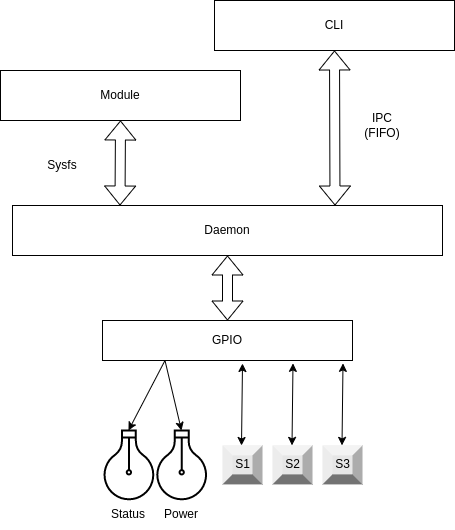
The draw.io diagram Reports/MiniProjet/imageSources/Diagramme_Fonctions.drawio.png in Mathistis/csel-workspace, before a commit. Source tidied: cells renumbered, new cells last; positions are measured from the earlier drawing's top-left corner, leaving out a move shared by most shapes. Its diagram source:
```xml
<mxGraphModel>
  <root>
    <mxCell id="0" />
    <mxCell id="1" parent="0" />
    <mxCell id="2" value="Daemon" style="rounded=0;whiteSpace=wrap;html=1;" parent="1" vertex="1">
      <mxGeometry x="12" y="205" width="430" height="50" as="geometry" />
    </mxCell>
    <mxCell id="3" value="CLI" style="rounded=0;whiteSpace=wrap;html=1;" parent="1" vertex="1">
      <mxGeometry x="214" width="240" height="50" as="geometry" />
    </mxCell>
    <mxCell id="4" value="Module" style="rounded=0;whiteSpace=wrap;html=1;" parent="1" vertex="1">
      <mxGeometry y="70" width="240" height="50" as="geometry" />
    </mxCell>
    <mxCell id="5" style="shape=flexArrow;endArrow=classic;startArrow=classic;html=1;rounded=0;entryX=0.5;entryY=1;entryDx=0;entryDy=0;exitX=0.75;exitY=0;exitDx=0;exitDy=0;" parent="1" edge="1" source="2" target="3">
      <mxGeometry relative="1" as="geometry" />
    </mxCell>
    <mxCell id="6" value="IPC (FIFO)" style="text;html=1;strokeColor=none;fillColor=none;align=center;verticalAlign=middle;whiteSpace=wrap;rounded=0;" parent="1" vertex="1">
      <mxGeometry x="352" y="110" width="60" height="30" as="geometry" />
    </mxCell>
    <mxCell id="7" style="shape=flexArrow;endArrow=classic;startArrow=classic;html=1;rounded=0;entryX=0.5;entryY=1;entryDx=0;entryDy=0;exitX=0.25;exitY=0;exitDx=0;exitDy=0;" parent="1" edge="1" source="2" target="4">
      <mxGeometry relative="1" as="geometry" />
    </mxCell>
    <mxCell id="8" value="Sysfs" style="text;html=1;strokeColor=none;fillColor=none;align=center;verticalAlign=middle;whiteSpace=wrap;rounded=0;" parent="1" vertex="1">
      <mxGeometry x="32" y="150" width="60" height="30" as="geometry" />
    </mxCell>
    <mxCell id="9" style="html=1;verticalLabelPosition=bottom;align=center;labelBackgroundColor=#ffffff;verticalAlign=top;strokeWidth=2;strokeColor=#000000;shadow=0;dashed=0;shape=mxgraph.ios7.icons.lightbulb;rotation=-180;" parent="1" vertex="1">
      <mxGeometry x="102" y="430" width="52.8" height="68.8" as="geometry" />
    </mxCell>
    <mxCell id="10" value="GPIO" style="rounded=0;whiteSpace=wrap;html=1;strokeColor=#000000;" parent="1" vertex="1">
      <mxGeometry x="102" y="320" width="250" height="40" as="geometry" />
    </mxCell>
    <mxCell id="11" style="shape=flexArrow;endArrow=classic;startArrow=classic;html=1;rounded=0;exitX=0.5;exitY=0;exitDx=0;exitDy=0;entryX=0.5;entryY=1;entryDx=0;entryDy=0;" parent="1" edge="1" source="10" target="2">
      <mxGeometry relative="1" as="geometry" />
    </mxCell>
    <mxCell id="12" style="html=1;verticalLabelPosition=bottom;align=center;labelBackgroundColor=#ffffff;verticalAlign=top;strokeWidth=2;strokeColor=#000000;shadow=0;dashed=0;shape=mxgraph.ios7.icons.lightbulb;rotation=-180;" parent="1" vertex="1">
      <mxGeometry x="154.8" y="430" width="52.8" height="68.8" as="geometry" />
    </mxCell>
    <mxCell id="13" value="Status" style="text;html=1;strokeColor=none;fillColor=none;align=center;verticalAlign=middle;whiteSpace=wrap;rounded=0;" parent="1" vertex="1">
      <mxGeometry x="98.4" y="498.8" width="60" height="30" as="geometry" />
    </mxCell>
    <mxCell id="14" value="Power" style="text;html=1;strokeColor=none;fillColor=none;align=center;verticalAlign=middle;whiteSpace=wrap;rounded=0;" parent="1" vertex="1">
      <mxGeometry x="151.2" y="498.8" width="60" height="30" as="geometry" />
    </mxCell>
    <mxCell id="15" style="endArrow=classic;html=1;rounded=0;entryX=0.508;entryY=1;entryDx=0;entryDy=0;entryPerimeter=0;exitX=0.25;exitY=1;exitDx=0;exitDy=0;" parent="1" edge="1" source="10" target="9">
      <mxGeometry relative="1" as="geometry" />
    </mxCell>
    <mxCell id="16" style="endArrow=classic;html=1;rounded=0;entryX=0.504;entryY=1;entryDx=0;entryDy=0;entryPerimeter=0;exitX=0.25;exitY=1;exitDx=0;exitDy=0;" parent="1" edge="1" source="10" target="12">
      <mxGeometry relative="1" as="geometry" />
    </mxCell>
    <mxCell id="17" value="S1" style="labelPosition=center;verticalLabelPosition=middle;align=center;html=1;shape=mxgraph.basic.shaded_button;dx=10;fillColor=#E6E6E6;strokeColor=none;" parent="1" vertex="1">
      <mxGeometry x="222" y="444.9" width="40" height="39" as="geometry" />
    </mxCell>
    <mxCell id="18" value="S2" style="labelPosition=center;verticalLabelPosition=middle;align=center;html=1;shape=mxgraph.basic.shaded_button;dx=10;fillColor=#E6E6E6;strokeColor=none;" parent="1" vertex="1">
      <mxGeometry x="272" y="444.9" width="40" height="39" as="geometry" />
    </mxCell>
    <mxCell id="19" value="S3" style="labelPosition=center;verticalLabelPosition=middle;align=center;html=1;shape=mxgraph.basic.shaded_button;dx=10;fillColor=#E6E6E6;strokeColor=none;" parent="1" vertex="1">
      <mxGeometry x="322" y="444.9" width="40" height="39" as="geometry" />
    </mxCell>
    <mxCell id="20" style="endArrow=classic;startArrow=classic;html=1;rounded=0;exitX=0.475;exitY=0.003;exitDx=0;exitDy=0;exitPerimeter=0;entryX=0.56;entryY=1.075;entryDx=0;entryDy=0;entryPerimeter=0;" parent="1" edge="1" source="17" target="10">
      <mxGeometry relative="1" as="geometry" />
    </mxCell>
    <mxCell id="21" style="endArrow=classic;startArrow=classic;html=1;rounded=0;exitX=0.475;exitY=0.003;exitDx=0;exitDy=0;exitPerimeter=0;entryX=0.56;entryY=1.075;entryDx=0;entryDy=0;entryPerimeter=0;" parent="1" edge="1">
      <mxGeometry relative="1" as="geometry">
        <mxPoint x="291.5" y="444.9" as="sourcePoint" />
        <mxPoint x="292.5" y="362.9" as="targetPoint" />
      </mxGeometry>
    </mxCell>
    <mxCell id="22" style="endArrow=classic;startArrow=classic;html=1;rounded=0;exitX=0.475;exitY=0.003;exitDx=0;exitDy=0;exitPerimeter=0;entryX=0.56;entryY=1.075;entryDx=0;entryDy=0;entryPerimeter=0;" parent="1" edge="1">
      <mxGeometry relative="1" as="geometry">
        <mxPoint x="341.5" y="444.9" as="sourcePoint" />
        <mxPoint x="342.5" y="362.9" as="targetPoint" />
      </mxGeometry>
    </mxCell>
  </root>
</mxGraphModel>
```
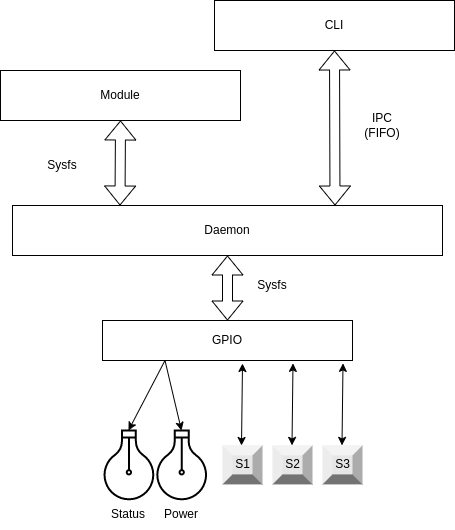
The same diagram one commit later.

Diff of the diagram source:
```diff
@@ -71,5 +71,8 @@
         <mxPoint x="342.5" y="362.9" as="targetPoint" />
       </mxGeometry>
     </mxCell>
+    <mxCell id="23" value="Sysfs" style="text;html=1;strokeColor=none;fillColor=none;align=center;verticalAlign=middle;whiteSpace=wrap;rounded=0;" parent="1" vertex="1">
+      <mxGeometry x="242" y="270" width="60" height="30" as="geometry" />
+    </mxCell>
   </root>
 </mxGraphModel>
```
